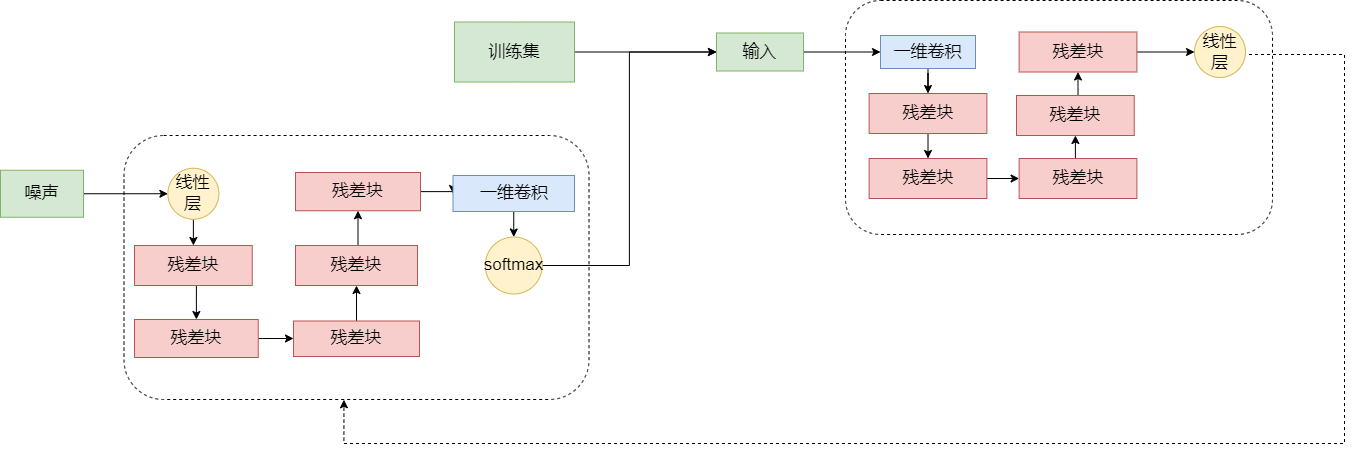
The draw.io diagram passgan-structure.drawio.png in lakomi/pictures, before a commit. Source tidied: cells renumbered, new cells last; positions are measured from the earlier drawing's top-left corner, leaving out a move shared by most shapes.
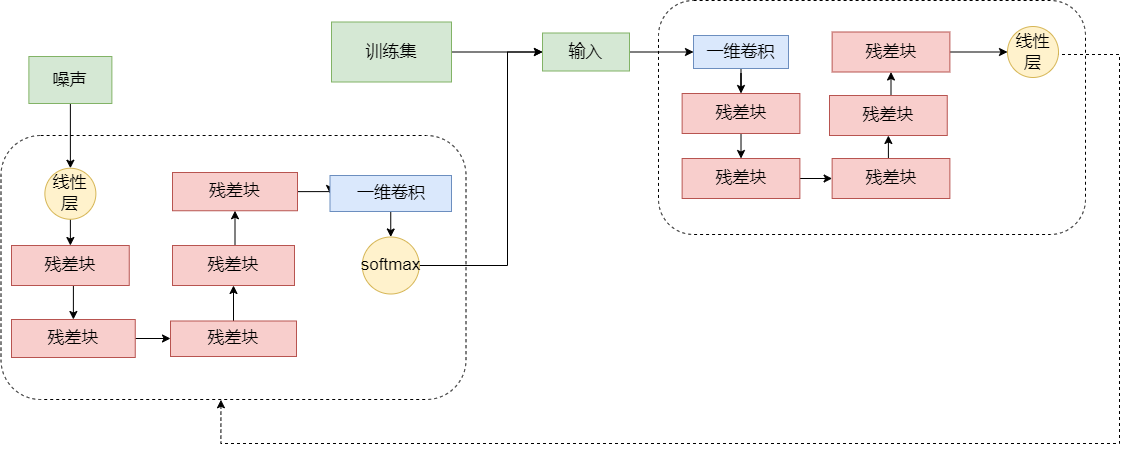
The same file after the commit.

What changed in the source:
```diff
@@ -5,11 +5,11 @@
     <mxCell id="2" style="rounded=1;whiteSpace=wrap;html=1;fontSize=17;dashed=1;" parent="1" vertex="1">
       <mxGeometry x="123.5" y="135" width="465" height="264" as="geometry" />
     </mxCell>
-    <mxCell id="3" style="edgeStyle=orthogonalEdgeStyle;rounded=0;jettySize=auto;html=1;exitX=1;exitY=0.5;exitDx=0;exitDy=0;entryX=0;entryY=0.5;entryDx=0;entryDy=0;fontSize=17;" parent="1" edge="1" source="4" target="6">
+    <mxCell id="3" style="edgeStyle=orthogonalEdgeStyle;rounded=0;jettySize=auto;html=1;exitX=0.5;exitY=1;exitDx=0;exitDy=0;entryX=0.5;entryY=0;entryDx=0;entryDy=0;" parent="1" edge="1" source="4" target="6">
       <mxGeometry relative="1" as="geometry" />
     </mxCell>
     <mxCell id="4" value="噪声" style="rounded=0;whiteSpace=wrap;html=1;fontSize=17;fillColor=#d5e8d4;strokeColor=#82b366;" parent="1" vertex="1">
-      <mxGeometry y="169.8" width="83" height="47" as="geometry" />
+      <mxGeometry x="151.4" y="56" width="83" height="47" as="geometry" />
     </mxCell>
     <mxCell id="5" style="edgeStyle=orthogonalEdgeStyle;rounded=0;jettySize=auto;html=1;exitX=0.5;exitY=1;exitDx=0;exitDy=0;entryX=0.5;entryY=0;entryDx=0;entryDy=0;fontSize=17;" parent="1" edge="1" source="6" target="8">
       <mxGeometry relative="1" as="geometry" />
@@ -54,19 +54,24 @@
       <mxGeometry x="452.5" y="175" width="121.5" height="36" as="geometry" />
     </mxCell>
     <mxCell id="19" style="edgeStyle=orthogonalEdgeStyle;rounded=0;jettySize=auto;html=1;exitX=1;exitY=0.5;exitDx=0;exitDy=0;entryX=0;entryY=0.5;entryDx=0;entryDy=0;fontSize=17;" parent="1" edge="1" source="20" target="23">
-      <mxGeometry relative="1" as="geometry" />
+      <mxGeometry relative="1" as="geometry">
+        <Array as="points">
+          <mxPoint x="630" y="265" />
+          <mxPoint x="630" y="52" />
+        </Array>
+      </mxGeometry>
     </mxCell>
     <mxCell id="20" value="softmax" style="ellipse;whiteSpace=wrap;html=1;fontSize=17;fillColor=#fff2cc;strokeColor=#d6b656;" parent="1" vertex="1">
       <mxGeometry x="484.8" y="236.5" width="57" height="57" as="geometry" />
     </mxCell>
     <mxCell id="21" style="rounded=1;whiteSpace=wrap;html=1;fontSize=17;dashed=1;" parent="1" vertex="1">
-      <mxGeometry x="845" width="427" height="234" as="geometry" />
+      <mxGeometry x="781" width="427" height="234" as="geometry" />
     </mxCell>
     <mxCell id="22" style="edgeStyle=orthogonalEdgeStyle;rounded=0;jettySize=auto;html=1;exitX=1;exitY=0.5;exitDx=0;exitDy=0;entryX=0;entryY=0.5;entryDx=0;entryDy=0;fontSize=17;" parent="1" edge="1" source="23" target="27">
       <mxGeometry relative="1" as="geometry" />
     </mxCell>
     <mxCell id="23" value="输入" style="rounded=0;whiteSpace=wrap;html=1;fontSize=17;fillColor=#d5e8d4;strokeColor=#82b366;" parent="1" vertex="1">
-      <mxGeometry x="716" y="32.5" width="87" height="38" as="geometry" />
+      <mxGeometry x="665" y="32.5" width="87" height="38" as="geometry" />
     </mxCell>
     <mxCell id="24" style="edgeStyle=orthogonalEdgeStyle;rounded=0;jettySize=auto;html=1;exitX=1;exitY=0.5;exitDx=0;exitDy=0;entryX=0;entryY=0.5;entryDx=0;entryDy=0;fontSize=17;" parent="1" edge="1" source="25" target="23">
       <mxGeometry relative="1" as="geometry" />
@@ -78,49 +83,50 @@
       <mxGeometry relative="1" as="geometry" />
     </mxCell>
     <mxCell id="27" value="一维卷积" style="rounded=0;whiteSpace=wrap;html=1;fontSize=17;fillColor=#dae8fc;strokeColor=#6c8ebf;" parent="1" vertex="1">
-      <mxGeometry x="880" y="35" width="95" height="33" as="geometry" />
+      <mxGeometry x="816" y="35" width="95" height="33" as="geometry" />
     </mxCell>
     <mxCell id="28" style="edgeStyle=orthogonalEdgeStyle;rounded=0;jettySize=auto;html=1;exitX=0.5;exitY=1;exitDx=0;exitDy=0;entryX=0.5;entryY=0;entryDx=0;entryDy=0;fontSize=17;" parent="1" edge="1" source="29" target="31">
       <mxGeometry relative="1" as="geometry" />
     </mxCell>
     <mxCell id="29" value="残差块" style="rounded=0;whiteSpace=wrap;html=1;fontSize=17;fillColor=#f8cecc;strokeColor=#b85450;" parent="1" vertex="1">
-      <mxGeometry x="868.6" y="93" width="117.8" height="40" as="geometry" />
+      <mxGeometry x="804.6" y="93" width="117.8" height="40" as="geometry" />
     </mxCell>
     <mxCell id="30" style="edgeStyle=orthogonalEdgeStyle;rounded=0;jettySize=auto;html=1;exitX=1;exitY=0.5;exitDx=0;exitDy=0;entryX=0;entryY=0.5;entryDx=0;entryDy=0;fontSize=17;" parent="1" edge="1" source="31" target="33">
       <mxGeometry relative="1" as="geometry" />
     </mxCell>
     <mxCell id="31" value="残差块" style="rounded=0;whiteSpace=wrap;html=1;fontSize=17;fillColor=#f8cecc;strokeColor=#b85450;" parent="1" vertex="1">
-      <mxGeometry x="868.6" y="158" width="117.8" height="40" as="geometry" />
+      <mxGeometry x="804.6" y="158" width="117.8" height="40" as="geometry" />
     </mxCell>
     <mxCell id="32" style="edgeStyle=orthogonalEdgeStyle;rounded=0;jettySize=auto;html=1;exitX=0.5;exitY=0;exitDx=0;exitDy=0;entryX=0.5;entryY=1;entryDx=0;entryDy=0;fontSize=17;" parent="1" edge="1" source="33" target="35">
       <mxGeometry relative="1" as="geometry" />
     </mxCell>
     <mxCell id="33" value="残差块" style="rounded=0;whiteSpace=wrap;html=1;fontSize=17;fillColor=#f8cecc;strokeColor=#b85450;" parent="1" vertex="1">
-      <mxGeometry x="1018.6" y="158" width="117.8" height="40" as="geometry" />
+      <mxGeometry x="954.6" y="158" width="117.8" height="40" as="geometry" />
     </mxCell>
     <mxCell id="34" style="edgeStyle=orthogonalEdgeStyle;rounded=0;jettySize=auto;html=1;exitX=0.5;exitY=0;exitDx=0;exitDy=0;entryX=0.5;entryY=1;entryDx=0;entryDy=0;fontSize=17;" parent="1" edge="1" source="35" target="37">
       <mxGeometry relative="1" as="geometry" />
     </mxCell>
     <mxCell id="35" value="残差块" style="rounded=0;whiteSpace=wrap;html=1;fontSize=17;fillColor=#f8cecc;strokeColor=#b85450;" parent="1" vertex="1">
-      <mxGeometry x="1016" y="95" width="117.8" height="40" as="geometry" />
+      <mxGeometry x="952" y="95" width="117.8" height="40" as="geometry" />
     </mxCell>
     <mxCell id="36" style="edgeStyle=orthogonalEdgeStyle;rounded=0;jettySize=auto;html=1;exitX=1;exitY=0.5;exitDx=0;exitDy=0;entryX=0;entryY=0.5;entryDx=0;entryDy=0;fontSize=17;" parent="1" edge="1" source="37" target="39">
       <mxGeometry relative="1" as="geometry" />
     </mxCell>
     <mxCell id="37" value="残差块" style="rounded=0;whiteSpace=wrap;html=1;fontSize=17;fillColor=#f8cecc;strokeColor=#b85450;" parent="1" vertex="1">
-      <mxGeometry x="1018.6" y="31.5" width="117.8" height="40" as="geometry" />
+      <mxGeometry x="954.6" y="31.5" width="117.8" height="40" as="geometry" />
     </mxCell>
     <mxCell id="38" style="edgeStyle=orthogonalEdgeStyle;rounded=0;jettySize=auto;html=1;exitX=1;exitY=0.5;exitDx=0;exitDy=0;entryX=0.473;entryY=1.001;entryDx=0;entryDy=0;entryPerimeter=0;fontSize=17;dashed=1;" parent="1" edge="1" source="39" target="2">
       <mxGeometry relative="1" as="geometry">
         <Array as="points">
-          <mxPoint x="1344" y="54" />
-          <mxPoint x="1344" y="443" />
+          <mxPoint x="1181" y="54" />
+          <mxPoint x="1242" y="54" />
+          <mxPoint x="1242" y="443" />
           <mxPoint x="343" y="443" />
         </Array>
       </mxGeometry>
     </mxCell>
     <mxCell id="39" value="线性层" style="ellipse;whiteSpace=wrap;html=1;fontSize=17;fillColor=#fff2cc;strokeColor=#d6b656;" parent="1" vertex="1">
-      <mxGeometry x="1194" y="26" width="51" height="51" as="geometry" />
+      <mxGeometry x="1130" y="26" width="51" height="51" as="geometry" />
     </mxCell>
   </root>
 </mxGraphModel>
```
